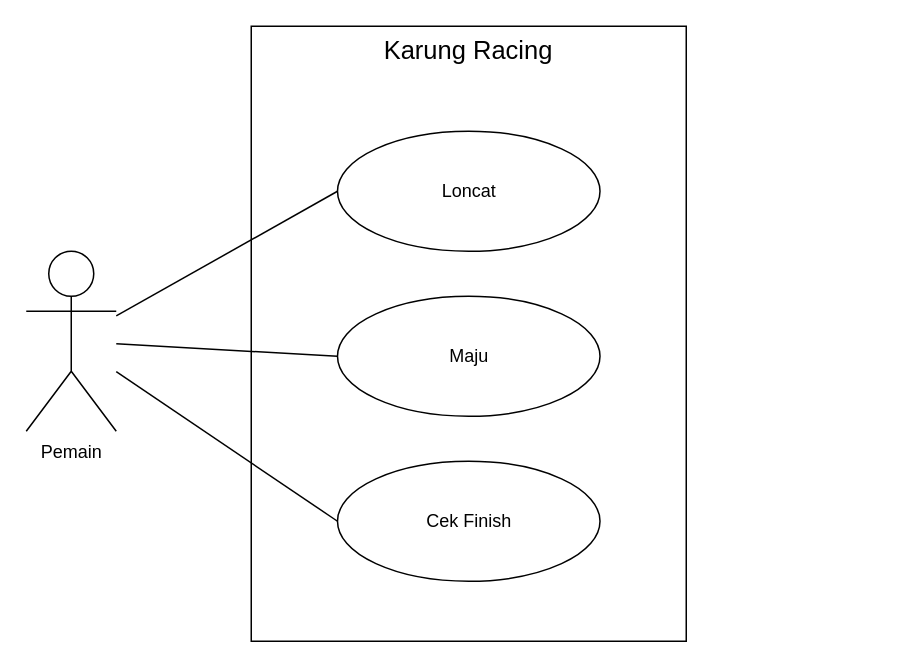
Before: use-case.drawio in wijdancompany/karung-racing, a draw.io diagram. Source tidied: cells renumbered, new cells numbered last; positions are measured from the earlier drawing's top-left corner, leaving out a move shared by most shapes. Both pictures are drawn from the tidied source at 150%, with x=0, y=0 at pixel (26, 26).
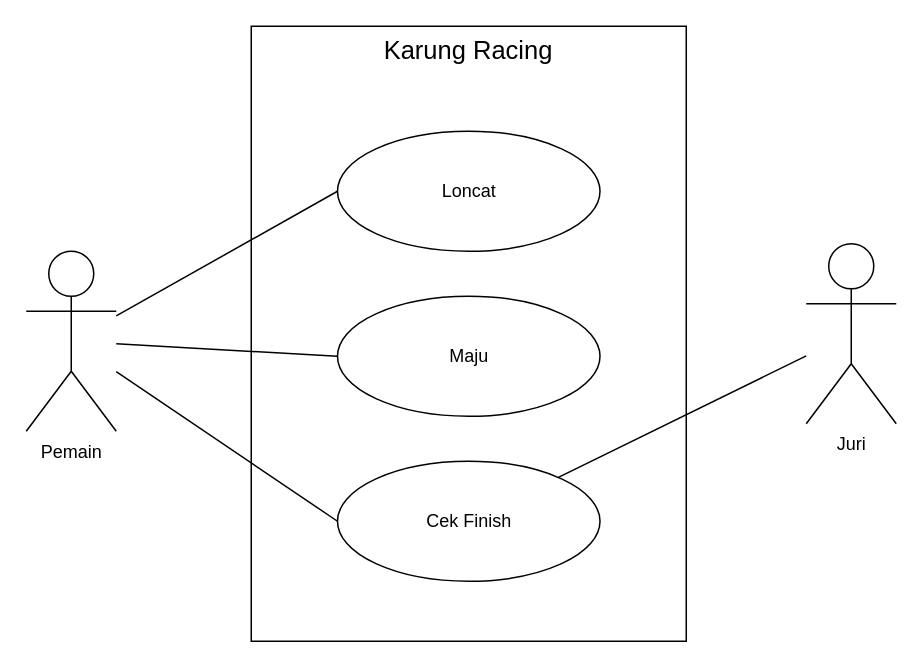
After the change.

What changed in the source:
```diff
@@
 <mxGraphModel>
   <root>
     <mxCell id="0" />
     <mxCell id="1" parent="0" />
     <mxCell id="2" value="Karung Racing" style="rounded=0;whiteSpace=wrap;html=1;verticalAlign=top;fontSize=17;" parent="1" vertex="1">
       <mxGeometry x="150" width="290" height="410" as="geometry" />
     </mxCell>
     <mxCell id="3" value="Pemain" style="shape=umlActor;verticalLabelPosition=bottom;verticalAlign=top;html=1;outlineConnect=0;" parent="1" vertex="1">
       <mxGeometry y="150" width="60" height="120" as="geometry" />
     </mxCell>
     <mxCell id="4" value="Loncat" style="ellipse;whiteSpace=wrap;html=1;" parent="1" vertex="1">
       <mxGeometry x="207.5" y="70" width="175" height="80" as="geometry" />
     </mxCell>
     <mxCell id="5" value="Maju" style="ellipse;whiteSpace=wrap;html=1;" parent="1" vertex="1">
       <mxGeometry x="207.5" y="180" width="175" height="80" as="geometry" />
     </mxCell>
     <mxCell id="6" value="Cek Finish" style="ellipse;whiteSpace=wrap;html=1;" parent="1" vertex="1">
       <mxGeometry x="207.5" y="290" width="175" height="80" as="geometry" />
     </mxCell>
     <mxCell id="7" style="endArrow=none;html=1;rounded=0;entryX=0;entryY=0.5;entryDx=0;entryDy=0;" parent="1" edge="1" source="3" target="4">
       <mxGeometry relative="1" as="geometry" />
     </mxCell>
     <mxCell id="8" style="endArrow=none;html=1;rounded=0;entryX=0;entryY=0.5;entryDx=0;entryDy=0;" parent="1" edge="1" source="3" target="5">
       <mxGeometry relative="1" as="geometry" />
     </mxCell>
     <mxCell id="9" style="endArrow=none;html=1;rounded=0;entryX=0;entryY=0.5;entryDx=0;entryDy=0;" parent="1" edge="1" source="3" target="6">
       <mxGeometry relative="1" as="geometry" />
     </mxCell>
+    <mxCell id="10" value="Juri" style="shape=umlActor;verticalLabelPosition=bottom;verticalAlign=top;html=1;outlineConnect=0;" parent="1" vertex="1">
+      <mxGeometry x="520" y="145" width="60" height="120" as="geometry" />
+    </mxCell>
+    <mxCell id="11" style="endArrow=none;html=1;rounded=0;" parent="1" edge="1" source="6" target="10">
+      <mxGeometry relative="1" as="geometry" />
+    </mxCell>
   </root>
 </mxGraphModel>
```
